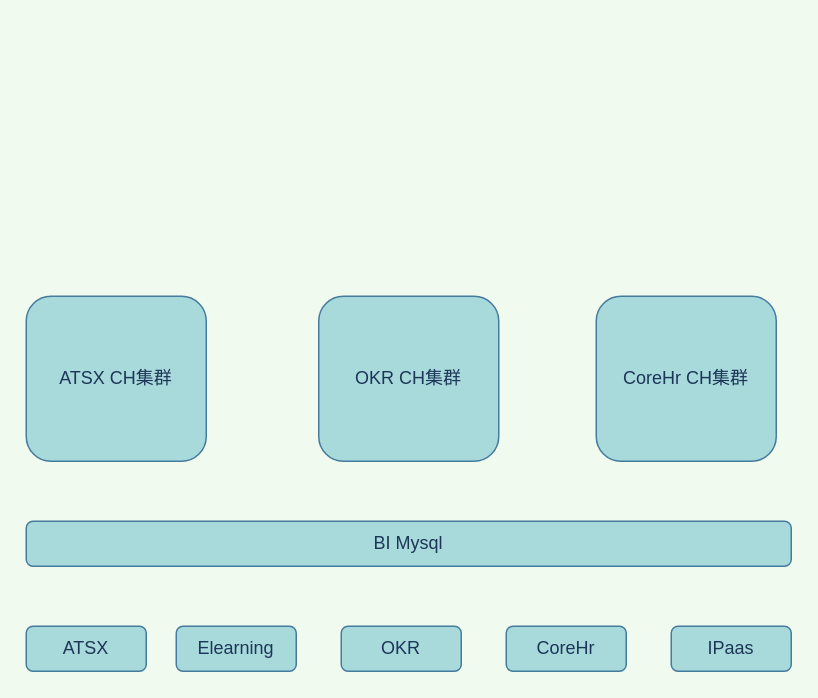
The draw.io diagram dw/Untitled Diagram.drawio in cicelprg/drawio, before the edit. Source tidied: cells renumbered, new cells numbered last; positions are measured from the earlier drawing's top-left corner, leaving out a move shared by most shapes. Both pictures are drawn from the tidied source at 150%, with x=0, y=0 at pixel (26, 296).
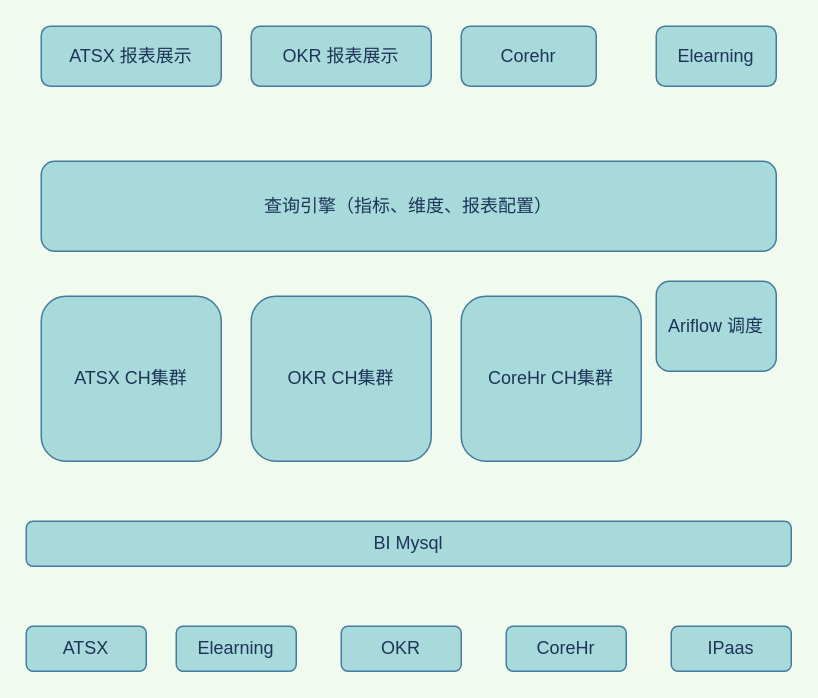
The same diagram, later.

Diff of the diagram source:
```diff
@@
 <mxGraphModel background="#F1FAEE">
   <root>
     <mxCell id="0" />
     <mxCell id="1" parent="0" />
     <mxCell id="2" value="ATSX" style="rounded=1;whiteSpace=wrap;html=1;hachureGap=4;fillColor=#A8DADC;strokeColor=#457B9D;fontColor=#1D3557;" parent="1" vertex="1">
       <mxGeometry y="220" width="80" height="30" as="geometry" />
     </mxCell>
     <mxCell id="3" value="Elearning" style="rounded=1;whiteSpace=wrap;html=1;hachureGap=4;fillColor=#A8DADC;strokeColor=#457B9D;fontColor=#1D3557;" parent="1" vertex="1">
       <mxGeometry x="100" y="220" width="80" height="30" as="geometry" />
     </mxCell>
     <mxCell id="4" value="OKR" style="rounded=1;whiteSpace=wrap;html=1;hachureGap=4;fillColor=#A8DADC;strokeColor=#457B9D;fontColor=#1D3557;" parent="1" vertex="1">
       <mxGeometry x="210" y="220" width="80" height="30" as="geometry" />
     </mxCell>
     <mxCell id="5" value="CoreHr" style="rounded=1;whiteSpace=wrap;html=1;hachureGap=4;fillColor=#A8DADC;strokeColor=#457B9D;fontColor=#1D3557;" parent="1" vertex="1">
       <mxGeometry x="320" y="220" width="80" height="30" as="geometry" />
     </mxCell>
     <mxCell id="6" value="IPaas" style="rounded=1;whiteSpace=wrap;html=1;hachureGap=4;fillColor=#A8DADC;strokeColor=#457B9D;fontColor=#1D3557;" parent="1" vertex="1">
       <mxGeometry x="430" y="220" width="80" height="30" as="geometry" />
     </mxCell>
     <mxCell id="7" value="BI Mysql" style="rounded=1;whiteSpace=wrap;html=1;hachureGap=4;fillColor=#A8DADC;strokeColor=#457B9D;fontColor=#1D3557;" parent="1" vertex="1">
       <mxGeometry y="150" width="510" height="30" as="geometry" />
     </mxCell>
     <mxCell id="8" value="ATSX CH集群" style="rounded=1;whiteSpace=wrap;html=1;sketch=0;hachureGap=4;fontColor=#1D3557;strokeColor=#457B9D;fillColor=#A8DADC;" parent="1" vertex="1">
-      <mxGeometry width="120" height="110" as="geometry" />
+      <mxGeometry x="10" width="120" height="110" as="geometry" />
     </mxCell>
     <mxCell id="9" value="OKR CH集群" style="rounded=1;whiteSpace=wrap;html=1;sketch=0;hachureGap=4;fontColor=#1D3557;strokeColor=#457B9D;fillColor=#A8DADC;" parent="1" vertex="1">
-      <mxGeometry x="195" width="120" height="110" as="geometry" />
+      <mxGeometry x="150" width="120" height="110" as="geometry" />
     </mxCell>
     <mxCell id="10" value="CoreHr CH集群" style="rounded=1;whiteSpace=wrap;html=1;sketch=0;hachureGap=4;fontColor=#1D3557;strokeColor=#457B9D;fillColor=#A8DADC;" parent="1" vertex="1">
-      <mxGeometry x="380" width="120" height="110" as="geometry" />
+      <mxGeometry x="290" width="120" height="110" as="geometry" />
     </mxCell>
+    <mxCell id="11" value="查询引擎（指标、维度、报表配置）" style="rounded=1;whiteSpace=wrap;html=1;sketch=0;hachureGap=4;fontColor=#1D3557;strokeColor=#457B9D;fillColor=#A8DADC;" parent="1" vertex="1">
+      <mxGeometry x="10" y="-90" width="490" height="60" as="geometry" />
+    </mxCell>
+    <mxCell id="12" value="ATSX 报表展示" style="rounded=1;whiteSpace=wrap;html=1;sketch=0;hachureGap=4;fontColor=#1D3557;strokeColor=#457B9D;fillColor=#A8DADC;" parent="1" vertex="1">
+      <mxGeometry x="10" y="-180" width="120" height="40" as="geometry" />
+    </mxCell>
+    <mxCell id="13" value="OKR 报表展示" style="rounded=1;whiteSpace=wrap;html=1;sketch=0;hachureGap=4;fontColor=#1D3557;strokeColor=#457B9D;fillColor=#A8DADC;" parent="1" vertex="1">
+      <mxGeometry x="150" y="-180" width="120" height="40" as="geometry" />
+    </mxCell>
+    <mxCell id="14" value="Corehr" style="rounded=1;whiteSpace=wrap;html=1;sketch=0;hachureGap=4;fontColor=#1D3557;strokeColor=#457B9D;fillColor=#A8DADC;" parent="1" vertex="1">
+      <mxGeometry x="290" y="-180" width="90" height="40" as="geometry" />
+    </mxCell>
+    <mxCell id="15" value="Elearning" style="rounded=1;whiteSpace=wrap;html=1;sketch=0;hachureGap=4;fontColor=#1D3557;strokeColor=#457B9D;fillColor=#A8DADC;" parent="1" vertex="1">
+      <mxGeometry x="420" y="-180" width="80" height="40" as="geometry" />
+    </mxCell>
+    <mxCell id="16" value="Ariflow 调度" style="rounded=1;whiteSpace=wrap;html=1;sketch=0;hachureGap=4;fontColor=#1D3557;strokeColor=#457B9D;fillColor=#A8DADC;" parent="1" vertex="1">
+      <mxGeometry x="420" y="-10" width="80" height="60" as="geometry" />
+    </mxCell>
   </root>
 </mxGraphModel>
```
